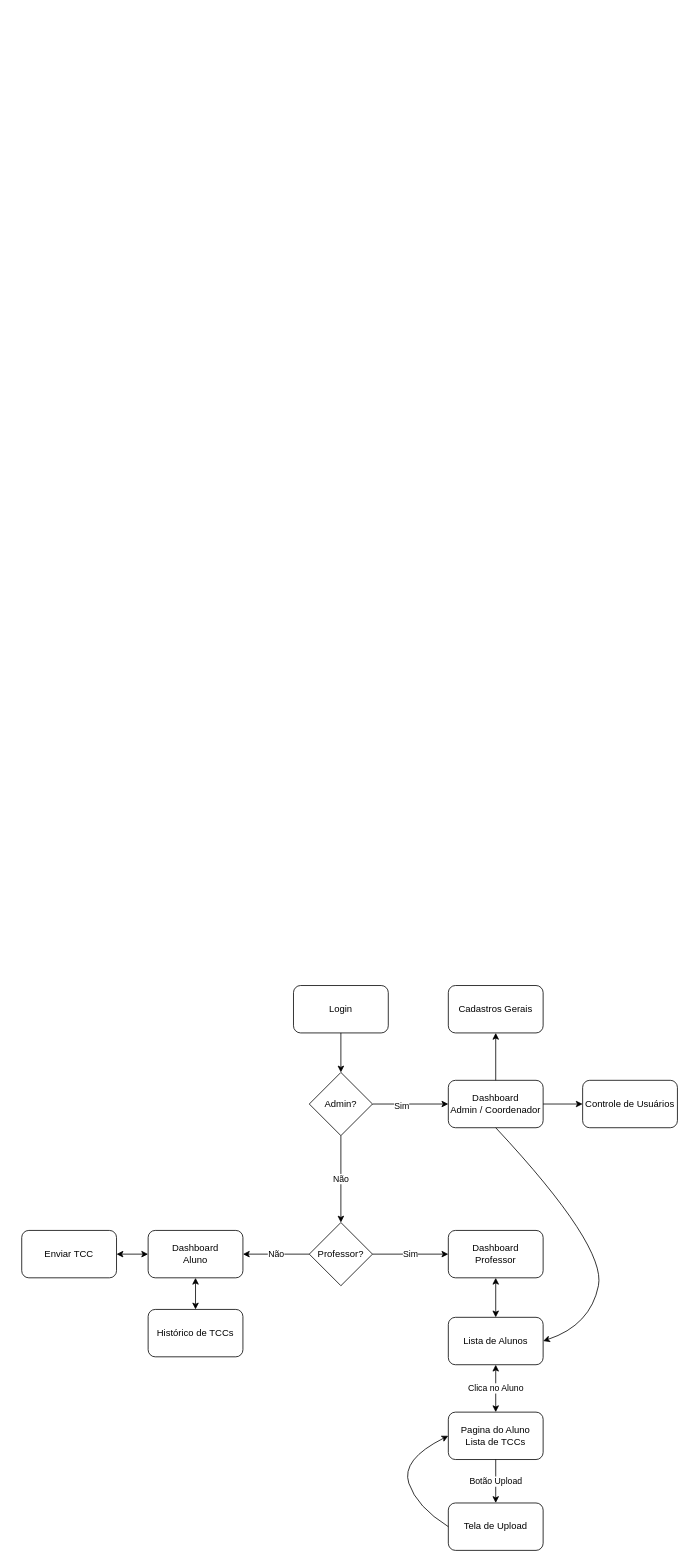
Earlier version of the draw.io diagram lsd.drawio (ewertonhm/LSD). Source tidied: cells renumbered, new cells numbered last; positions are measured from the earlier drawing's top-left corner, leaving out a move shared by most shapes. Both pictures are drawn from the tidied source at 79%, with x=0, y=0 at pixel (21, 985).
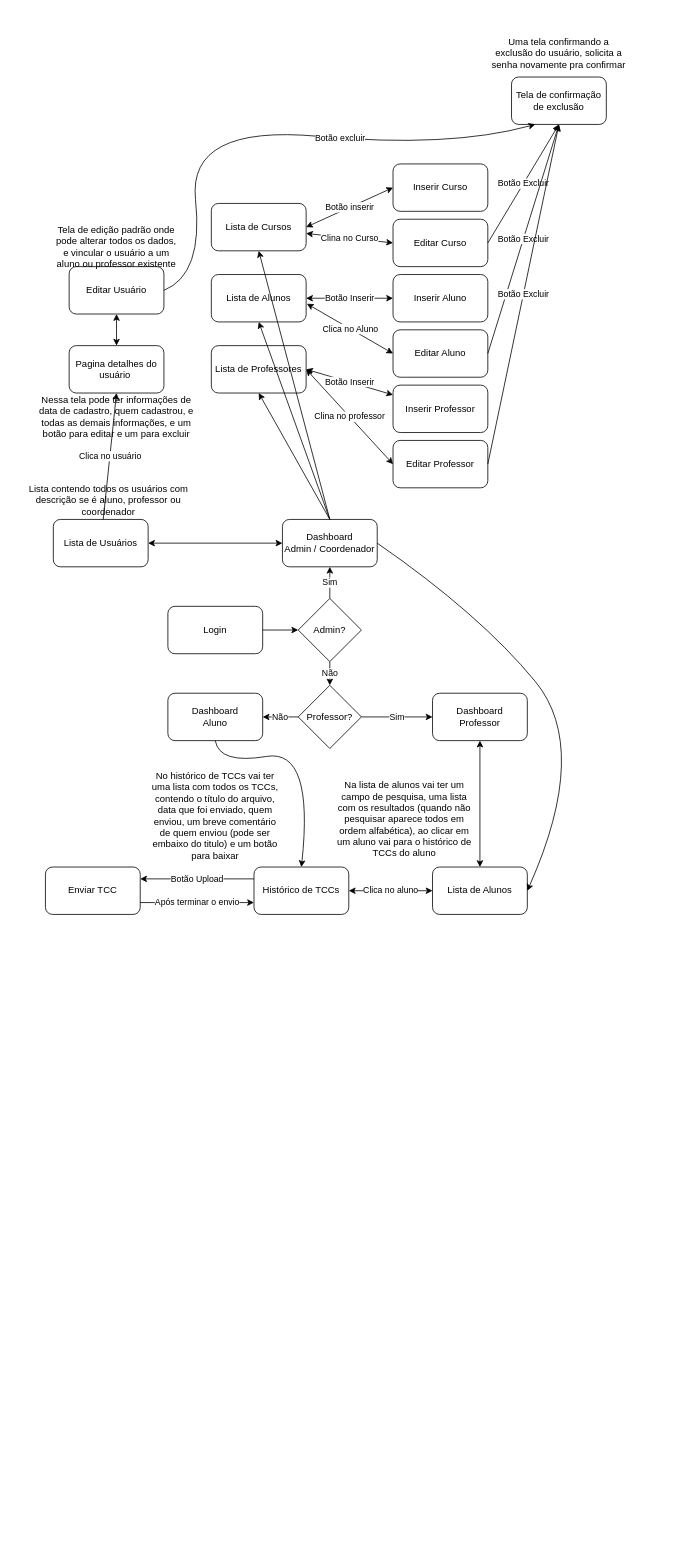
Above is the later version.

Change to the diagram source:
```diff
@@
     <mxCell id="2" value="Login" style="rounded=1;whiteSpace=wrap;html=1;" parent="1" vertex="1">
-      <mxGeometry x="344" width="120" height="60" as="geometry" />
+      <mxGeometry x="185" y="-480" width="120" height="60" as="geometry" />
     </mxCell>
     <mxCell id="3" value="Professor?" style="rhombus;whiteSpace=wrap;html=1;" parent="1" vertex="1">
-      <mxGeometry x="364" y="300" width="80" height="80" as="geometry" />
+      <mxGeometry x="350" y="-380" width="80" height="80" as="geometry" />
     </mxCell>
     <mxCell id="4" value="Dashboard&lt;br&gt;Professor" style="rounded=1;whiteSpace=wrap;html=1;" parent="1" vertex="1">
-      <mxGeometry x="540" y="310" width="120" height="60" as="geometry" />
+      <mxGeometry x="520" y="-370" width="120" height="60" as="geometry" />
     </mxCell>
     <mxCell id="5" value="Dashboard&lt;br&gt;Aluno" style="rounded=1;whiteSpace=wrap;html=1;" parent="1" vertex="1">
-      <mxGeometry x="160" y="310" width="120" height="60" as="geometry" />
+      <mxGeometry x="185" y="-370" width="120" height="60" as="geometry" />
     </mxCell>
     <mxCell id="6" value="Lista de Alunos" style="rounded=1;whiteSpace=wrap;html=1;" parent="1" vertex="1">
-      <mxGeometry x="540" y="420" width="120" height="60" as="geometry" />
+      <mxGeometry x="520" y="-150" width="120" height="60" as="geometry" />
     </mxCell>
-    <mxCell id="7" value="Pagina do Aluno&lt;br&gt;Lista de TCCs" style="rounded=1;whiteSpace=wrap;html=1;" parent="1" vertex="1">
-      <mxGeometry x="540" y="540" width="120" height="60" as="geometry" />
-    </mxCell>
-    <mxCell id="8" value="Clica no Aluno" style="endArrow=classic;startArrow=classic;html=1;entryX=0.5;entryY=1;entryDx=0;entryDy=0;exitX=0.5;exitY=0;exitDx=0;exitDy=0;" parent="1" edge="1" source="7" target="6">
-      <mxGeometry relative="1" as="geometry" />
-    </mxCell>
@@
-    <mxCell id="11" value="Tela de Upload" style="rounded=1;whiteSpace=wrap;html=1;" parent="1" vertex="1">
-      <mxGeometry x="540" y="655" width="120" height="60" as="geometry" />
-    </mxCell>
-    <mxCell id="12" value="Botão Upload" style="endArrow=classic;html=1;entryX=0.5;entryY=0;entryDx=0;entryDy=0;exitX=0.5;exitY=1;exitDx=0;exitDy=0;" parent="1" edge="1" source="7" target="11">
-      <mxGeometry relative="1" as="geometry" />
-    </mxCell>
-    <mxCell id="13" style="curved=1;endArrow=classic;html=1;exitX=0;exitY=0.5;exitDx=0;exitDy=0;entryX=0;entryY=0.5;entryDx=0;entryDy=0;" parent="1" edge="1" source="11" target="7">
-      <mxGeometry relative="1" as="geometry">
-        <Array as="points">
-          <mxPoint x="500" y="660" />
-          <mxPoint x="480" y="600" />
-        </Array>
-      </mxGeometry>
-    </mxCell>
@@
     <mxCell id="15" value="Enviar TCC" style="rounded=1;whiteSpace=wrap;html=1;" parent="1" vertex="1">
-      <mxGeometry y="310" width="120" height="60" as="geometry" />
+      <mxGeometry x="30" y="-150" width="120" height="60" as="geometry" />
     </mxCell>
-    <mxCell id="16" style="endArrow=classic;startArrow=classic;html=1;exitX=1;exitY=0.5;exitDx=0;exitDy=0;entryX=0;entryY=0.5;entryDx=0;entryDy=0;" parent="1" edge="1" source="15" target="5">
-      <mxGeometry relative="1" as="geometry" />
-    </mxCell>
     <mxCell id="17" value="Histórico de TCCs" style="rounded=1;whiteSpace=wrap;html=1;" parent="1" vertex="1">
-      <mxGeometry x="160" y="410" width="120" height="60" as="geometry" />
+      <mxGeometry x="294" y="-150" width="120" height="60" as="geometry" />
     </mxCell>
-    <mxCell id="18" style="endArrow=classic;startArrow=classic;html=1;entryX=0.5;entryY=1;entryDx=0;entryDy=0;exitX=0.5;exitY=0;exitDx=0;exitDy=0;" parent="1" edge="1" source="17" target="5">
-      <mxGeometry relative="1" as="geometry" />
-    </mxCell>
     <mxCell id="19" value="Admin?" style="rhombus;whiteSpace=wrap;html=1;" parent="1" vertex="1">
-      <mxGeometry x="364" y="110" width="80" height="80" as="geometry" />
+      <mxGeometry x="350" y="-490" width="80" height="80" as="geometry" />
     </mxCell>
-    <mxCell id="20" style="endArrow=classic;html=1;exitX=0.5;exitY=1;exitDx=0;exitDy=0;" parent="1" edge="1" source="2" target="19">
-      <mxGeometry relative="1" as="geometry" />
-    </mxCell>
@@
     <mxCell id="22" value="Dashboard &lt;br&gt;Admin / Coordenador" style="rounded=1;whiteSpace=wrap;html=1;" parent="1" vertex="1">
-      <mxGeometry x="540" y="120" width="120" height="60" as="geometry" />
+      <mxGeometry x="330" y="-590" width="120" height="60" as="geometry" />
     </mxCell>
-    <mxCell id="23" style="endArrow=classic;html=1;entryX=0;entryY=0.5;entryDx=0;entryDy=0;exitX=1;exitY=0.5;exitDx=0;exitDy=0;" parent="1" edge="1" source="19" target="22">
-      <mxGeometry relative="1" as="geometry" />
-    </mxCell>
+    <mxCell id="25" style="curved=1;endArrow=classic;html=1;exitX=1;exitY=0.5;exitDx=0;exitDy=0;entryX=1;entryY=0.5;entryDx=0;entryDy=0;" parent="1" edge="1" source="22" target="6">
+      <mxGeometry relative="1" as="geometry">
+        <Array as="points">
+          <mxPoint x="580" y="-470" />
+          <mxPoint x="720" y="-300" />
+        </Array>
+      </mxGeometry>
+    </mxCell>
+    <mxCell id="30" value="Na lista de alunos vai ter um campo de pesquisa, uma lista com os resultados (quando não pesquisar aparece todos em ordem alfabética), ao clicar em um aluno vai para o histórico de TCCs do aluno" style="text;html=1;strokeColor=none;fillColor=none;align=center;verticalAlign=middle;whiteSpace=wrap;rounded=0;" parent="1" vertex="1">
+      <mxGeometry x="394" y="-260" width="181" height="100" as="geometry" />
+    </mxCell>
+    <mxCell id="31" value="No histórico de TCCs vai ter uma lista com todos os TCCs, contendo o título do arquivo, data que foi enviado, quem enviou, um breve comentário de quem enviou (pode ser embaixo do titulo) e um botão para baixar" style="text;html=1;strokeColor=none;fillColor=none;align=center;verticalAlign=middle;whiteSpace=wrap;rounded=0;" parent="1" vertex="1">
+      <mxGeometry x="160" y="-270" width="170" height="110" as="geometry" />
+    </mxCell>
+    <mxCell id="32" value="Clica no aluno" style="endArrow=classic;startArrow=classic;html=1;entryX=1;entryY=0.5;entryDx=0;entryDy=0;exitX=0;exitY=0.5;exitDx=0;exitDy=0;" parent="1" edge="1" source="6" target="17">
+      <mxGeometry relative="1" as="geometry" />
+    </mxCell>
+    <mxCell id="33" style="curved=1;endArrow=classic;html=1;exitX=0.5;exitY=1;exitDx=0;exitDy=0;entryX=0.5;entryY=0;entryDx=0;entryDy=0;" parent="1" edge="1" source="5" target="17">
+      <mxGeometry relative="1" as="geometry">
+        <Array as="points">
+          <mxPoint x="250" y="-280" />
+          <mxPoint x="370" y="-300" />
+        </Array>
+      </mxGeometry>
+    </mxCell>
+    <mxCell id="34" value="Após terminar o envio" style="endArrow=classic;html=1;entryX=0;entryY=0.75;entryDx=0;entryDy=0;exitX=1;exitY=0.75;exitDx=0;exitDy=0;" parent="1" edge="1" source="15" target="17">
+      <mxGeometry relative="1" as="geometry" />
+    </mxCell>
+    <mxCell id="12" value="Botão Upload" style="endArrow=classic;html=1;entryX=1;entryY=0.25;entryDx=0;entryDy=0;exitX=0;exitY=0.25;exitDx=0;exitDy=0;" parent="1" edge="1" source="17" target="15">
+      <mxGeometry relative="1" as="geometry" />
+    </mxCell>
+    <mxCell id="35" value="Lista de Usuários" style="rounded=1;whiteSpace=wrap;html=1;strokeWidth=1;" parent="1" vertex="1">
+      <mxGeometry x="40" y="-590" width="120" height="60" as="geometry" />
+    </mxCell>
+    <mxCell id="36" value="Lista contendo todos os usuários com descrição se é aluno, professor ou coordenador" style="text;html=1;strokeColor=none;fillColor=none;align=center;verticalAlign=middle;whiteSpace=wrap;rounded=0;" parent="1" vertex="1">
+      <mxGeometry x="-10" y="-654" width="240" height="80" as="geometry" />
+    </mxCell>
+    <mxCell id="37" value="Pagina detalhes do usuário&amp;nbsp;" style="rounded=1;whiteSpace=wrap;html=1;strokeWidth=1;" parent="1" vertex="1">
+      <mxGeometry x="60" y="-810" width="120" height="60" as="geometry" />
+    </mxCell>
+    <mxCell id="38" value="Clica no usuário" style="endArrow=classic;html=1;entryX=0.5;entryY=0.125;entryDx=0;entryDy=0;entryPerimeter=0;" parent="1" edge="1" source="35" target="40">
+      <mxGeometry relative="1" as="geometry" />
+    </mxCell>
+    <mxCell id="39" value="Editar Usuário" style="rounded=1;whiteSpace=wrap;html=1;strokeWidth=1;" parent="1" vertex="1">
+      <mxGeometry x="60" y="-910" width="120" height="60" as="geometry" />
+    </mxCell>
+    <mxCell id="40" value="Nessa tela pode ter informações de data de cadastro, quem cadastrou, e todas as demais informações, e um botão para editar e um para excluir" style="text;html=1;strokeColor=none;fillColor=none;align=center;verticalAlign=middle;whiteSpace=wrap;rounded=0;" parent="1" vertex="1">
+      <mxGeometry x="20" y="-760" width="200" height="80" as="geometry" />
+    </mxCell>
+    <mxCell id="41" value="Tela de edição padrão onde pode alterar todos os dados, e vincular o usuário a um aluno ou professor existente" style="text;html=1;strokeColor=none;fillColor=none;align=center;verticalAlign=middle;whiteSpace=wrap;rounded=0;" parent="1" vertex="1">
+      <mxGeometry x="40" y="-960" width="160" height="50" as="geometry" />
+    </mxCell>
+    <mxCell id="42" style="endArrow=classic;startArrow=classic;html=1;entryX=0.5;entryY=1;entryDx=0;entryDy=0;exitX=0.5;exitY=0;exitDx=0;exitDy=0;" parent="1" edge="1" source="37" target="39">
+      <mxGeometry relative="1" as="geometry" />
+    </mxCell>
+    <mxCell id="43" value="Tela de confirmação de exclusão" style="rounded=1;whiteSpace=wrap;html=1;strokeWidth=1;" parent="1" vertex="1">
+      <mxGeometry x="620" y="-1150" width="120" height="60" as="geometry" />
+    </mxCell>
+    <mxCell id="44" value="Uma tela confirmando a exclusão do usuário, solicita a senha novamente pra confirmar" style="text;html=1;strokeColor=none;fillColor=none;align=center;verticalAlign=middle;whiteSpace=wrap;rounded=0;" parent="1" vertex="1">
+      <mxGeometry x="590" y="-1230" width="180" height="100" as="geometry" />
+    </mxCell>
+    <mxCell id="45" value="Lista de Cursos" style="rounded=1;whiteSpace=wrap;html=1;strokeWidth=1;" parent="1" vertex="1">
+      <mxGeometry x="240" y="-990" width="120" height="60" as="geometry" />
+    </mxCell>
+    <mxCell id="46" value="Lista de Alunos" style="rounded=1;whiteSpace=wrap;html=1;strokeWidth=1;" parent="1" vertex="1">
+      <mxGeometry x="240" y="-900" width="120" height="60" as="geometry" />
+    </mxCell>
+    <mxCell id="47" value="Lista de Professores" style="rounded=1;whiteSpace=wrap;html=1;strokeWidth=1;" parent="1" vertex="1">
+      <mxGeometry x="240" y="-810" width="120" height="60" as="geometry" />
+    </mxCell>
+    <mxCell id="48" value="Inserir Curso" style="rounded=1;whiteSpace=wrap;html=1;strokeWidth=1;" parent="1" vertex="1">
+      <mxGeometry x="470" y="-1040" width="120" height="60" as="geometry" />
+    </mxCell>
+    <mxCell id="49" value="Editar Curso" style="rounded=1;whiteSpace=wrap;html=1;strokeWidth=1;" parent="1" vertex="1">
+      <mxGeometry x="470" y="-970" width="120" height="60" as="geometry" />
+    </mxCell>
+    <mxCell id="50" value="Inserir Aluno" style="rounded=1;whiteSpace=wrap;html=1;strokeWidth=1;" parent="1" vertex="1">
+      <mxGeometry x="470" y="-900" width="120" height="60" as="geometry" />
+    </mxCell>
+    <mxCell id="51" value="Editar Aluno" style="rounded=1;whiteSpace=wrap;html=1;strokeWidth=1;" parent="1" vertex="1">
+      <mxGeometry x="470" y="-830" width="120" height="60" as="geometry" />
+    </mxCell>
+    <mxCell id="52" value="Inserir Professor" style="rounded=1;whiteSpace=wrap;html=1;strokeWidth=1;" parent="1" vertex="1">
+      <mxGeometry x="470" y="-760" width="120" height="60" as="geometry" />
+    </mxCell>
+    <mxCell id="53" value="Editar Professor" style="rounded=1;whiteSpace=wrap;html=1;strokeWidth=1;" parent="1" vertex="1">
+      <mxGeometry x="470" y="-690" width="120" height="60" as="geometry" />
+    </mxCell>
+    <mxCell id="54" value="Botão inserir" style="endArrow=classic;startArrow=classic;html=1;entryX=0;entryY=0.5;entryDx=0;entryDy=0;exitX=1;exitY=0.5;exitDx=0;exitDy=0;" parent="1" edge="1" source="45" target="48">
+      <mxGeometry relative="1" as="geometry" />
+    </mxCell>
+    <mxCell id="55" value="Clina no Curso" style="endArrow=classic;startArrow=classic;html=1;entryX=0;entryY=0.5;entryDx=0;entryDy=0;exitX=1;exitY=0.633;exitDx=0;exitDy=0;exitPerimeter=0;" parent="1" edge="1" source="45" target="49">
+      <mxGeometry relative="1" as="geometry" />
+    </mxCell>
+    <mxCell id="56" value="Botão Inserir" style="endArrow=classic;startArrow=classic;html=1;entryX=0;entryY=0.5;entryDx=0;entryDy=0;" parent="1" edge="1" source="46" target="50">
+      <mxGeometry relative="1" as="geometry" />
+    </mxCell>
+    <mxCell id="8" value="Clica no Aluno" style="endArrow=classic;startArrow=classic;html=1;entryX=0;entryY=0.5;entryDx=0;entryDy=0;exitX=1.008;exitY=0.617;exitDx=0;exitDy=0;exitPerimeter=0;" parent="1" edge="1" source="46" target="51">
+      <mxGeometry relative="1" as="geometry" />
+    </mxCell>
+    <mxCell id="57" value="Botão Inserir" style="endArrow=classic;startArrow=classic;html=1;exitX=1;exitY=0.5;exitDx=0;exitDy=0;" parent="1" edge="1" source="47" target="52">
+      <mxGeometry relative="1" as="geometry" />
+    </mxCell>
+    <mxCell id="58" value="Clina no professor" style="endArrow=classic;startArrow=classic;html=1;entryX=0;entryY=0.5;entryDx=0;entryDy=0;exitX=1;exitY=0.5;exitDx=0;exitDy=0;" parent="1" edge="1" source="47" target="53">
+      <mxGeometry relative="1" as="geometry" />
+    </mxCell>
+    <mxCell id="59" value="Botão Excluir" style="endArrow=classic;html=1;entryX=0.5;entryY=1;entryDx=0;entryDy=0;exitX=1;exitY=0.5;exitDx=0;exitDy=0;" parent="1" edge="1" source="49" target="43">
+      <mxGeometry relative="1" as="geometry" />
+    </mxCell>
+    <mxCell id="60" value="Botão Excluir" style="endArrow=classic;html=1;entryX=0.5;entryY=1;entryDx=0;entryDy=0;exitX=1;exitY=0.5;exitDx=0;exitDy=0;" parent="1" edge="1" source="51" target="43">
+      <mxGeometry relative="1" as="geometry" />
+    </mxCell>
+    <mxCell id="61" value="Botão Excluir" style="endArrow=classic;html=1;entryX=0.5;entryY=1;entryDx=0;entryDy=0;exitX=1;exitY=0.5;exitDx=0;exitDy=0;" parent="1" edge="1" source="53" target="43">
+      <mxGeometry relative="1" as="geometry" />
+    </mxCell>
+    <mxCell id="20" style="endArrow=classic;html=1;entryX=0;entryY=0.5;entryDx=0;entryDy=0;exitX=1;exitY=0.5;exitDx=0;exitDy=0;" parent="1" edge="1" source="2" target="19">
+      <mxGeometry relative="1" as="geometry" />
+    </mxCell>
-    <mxCell id="24" value="Sim" style="edgeLabel;html=1;align=center;verticalAlign=middle;" parent="23" vertex="1">
-      <mxGeometry x="-0.25" y="-2" relative="1" as="geometry" />
+    <mxCell id="24" value="Sim" style="endArrow=classic;html=1;entryX=0.5;entryY=1;entryDx=0;entryDy=0;" parent="1" edge="1" source="19" target="22">
+      <mxGeometry relative="1" as="geometry" />
     </mxCell>
-    <mxCell id="25" style="curved=1;endArrow=classic;html=1;exitX=0.5;exitY=1;exitDx=0;exitDy=0;entryX=1;entryY=0.5;entryDx=0;entryDy=0;" parent="1" edge="1" source="22" target="6">
-      <mxGeometry relative="1" as="geometry">
-        <Array as="points">
-          <mxPoint x="740" y="330" />
-          <mxPoint x="720" y="430" />
-        </Array>
-      </mxGeometry>
-    </mxCell>
-    <mxCell id="26" value="Cadastros Gerais" style="rounded=1;whiteSpace=wrap;html=1;" parent="1" vertex="1">
-      <mxGeometry x="540" width="120" height="60" as="geometry" />
-    </mxCell>
-    <mxCell id="27" style="endArrow=classic;html=1;entryX=0.5;entryY=1;entryDx=0;entryDy=0;" parent="1" edge="1" source="22" target="26">
-      <mxGeometry relative="1" as="geometry" />
-    </mxCell>
-    <mxCell id="28" value="Controle de Usuários" style="rounded=1;whiteSpace=wrap;html=1;" parent="1" vertex="1">
-      <mxGeometry x="710" y="120" width="120" height="60" as="geometry" />
-    </mxCell>
-    <mxCell id="29" style="endArrow=classic;html=1;entryX=0;entryY=0.5;entryDx=0;entryDy=0;exitX=1;exitY=0.5;exitDx=0;exitDy=0;" parent="1" edge="1" source="22" target="28">
-      <mxGeometry relative="1" as="geometry" />
-    </mxCell>
+    <mxCell id="62" style="endArrow=classic;startArrow=classic;html=1;entryX=0;entryY=0.5;entryDx=0;entryDy=0;exitX=1;exitY=0.5;exitDx=0;exitDy=0;" parent="1" edge="1" source="35" target="22">
+      <mxGeometry relative="1" as="geometry" />
+    </mxCell>
+    <mxCell id="63" style="curved=1;endArrow=classic;html=1;entryX=0.25;entryY=1;entryDx=0;entryDy=0;exitX=1;exitY=0.5;exitDx=0;exitDy=0;" parent="1" edge="1" source="39" target="43">
+      <mxGeometry relative="1" as="geometry">
+        <Array as="points">
+          <mxPoint x="230" y="-900" />
+          <mxPoint x="210" y="-1090" />
+          <mxPoint x="540" y="-1060" />
+        </Array>
+      </mxGeometry>
+    </mxCell>
+    <mxCell id="64" value="Botão excluir" style="edgeLabel;html=1;align=center;verticalAlign=middle;" parent="63" vertex="1">
+      <mxGeometry x="0.27" y="1" relative="1" as="geometry" />
+    </mxCell>
+    <mxCell id="65" style="endArrow=classic;html=1;exitX=0.5;exitY=0;exitDx=0;exitDy=0;entryX=0.5;entryY=1;entryDx=0;entryDy=0;" parent="1" edge="1" source="22" target="47">
+      <mxGeometry relative="1" as="geometry" />
+    </mxCell>
+    <mxCell id="66" style="endArrow=classic;html=1;entryX=0.5;entryY=1;entryDx=0;entryDy=0;" parent="1" edge="1" target="46">
+      <mxGeometry relative="1" as="geometry">
+        <mxPoint x="390" y="-590" as="sourcePoint" />
+      </mxGeometry>
+    </mxCell>
+    <mxCell id="67" style="endArrow=classic;html=1;exitX=0.5;exitY=0;exitDx=0;exitDy=0;entryX=0.5;entryY=1;entryDx=0;entryDy=0;" parent="1" edge="1" source="22" target="45">
+      <mxGeometry relative="1" as="geometry" />
+    </mxCell>
```
